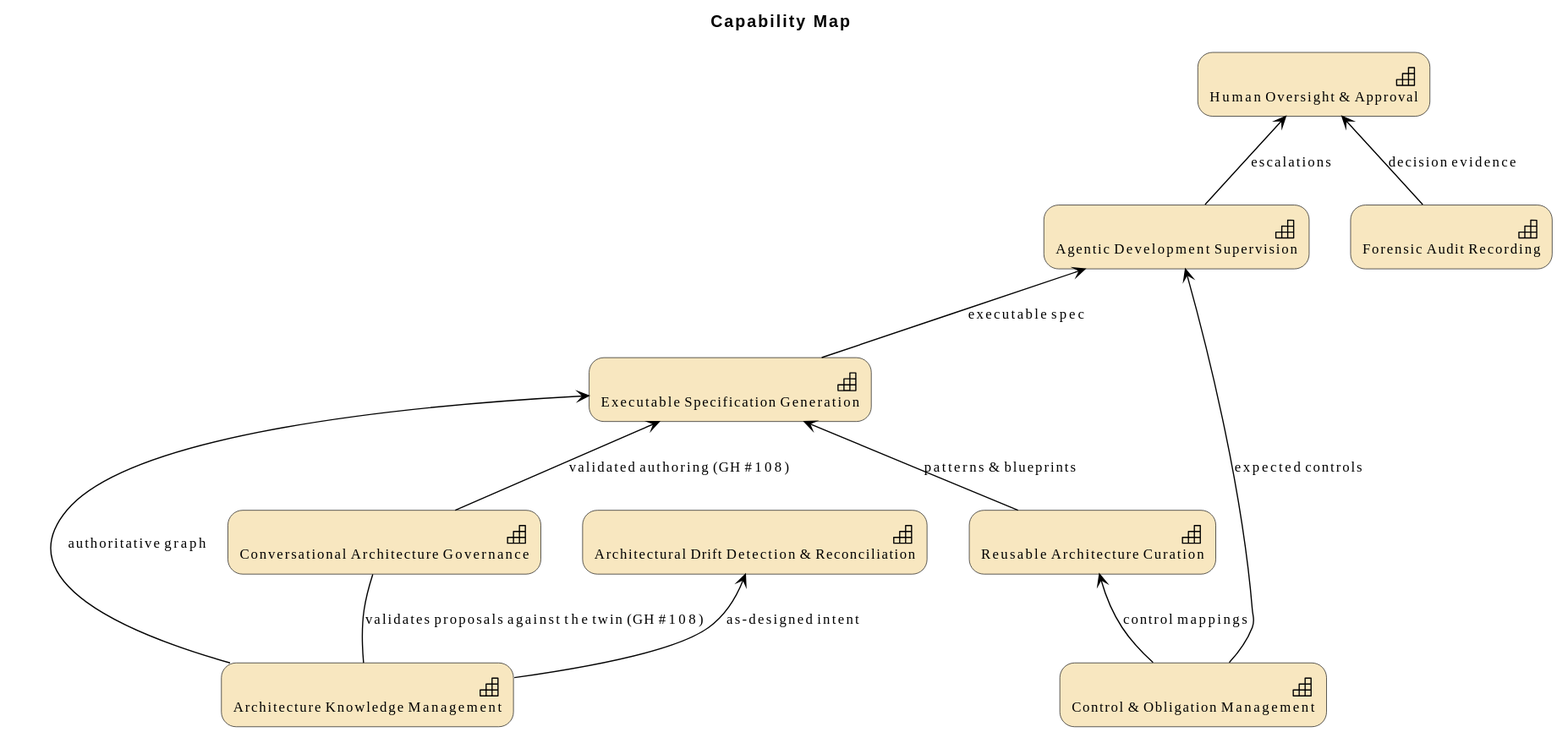
Before: architecture/model/diagrams/vision/5-capability-map.svg, a diagram exported from PlantUML (wolffy-au/frictionless-architect).
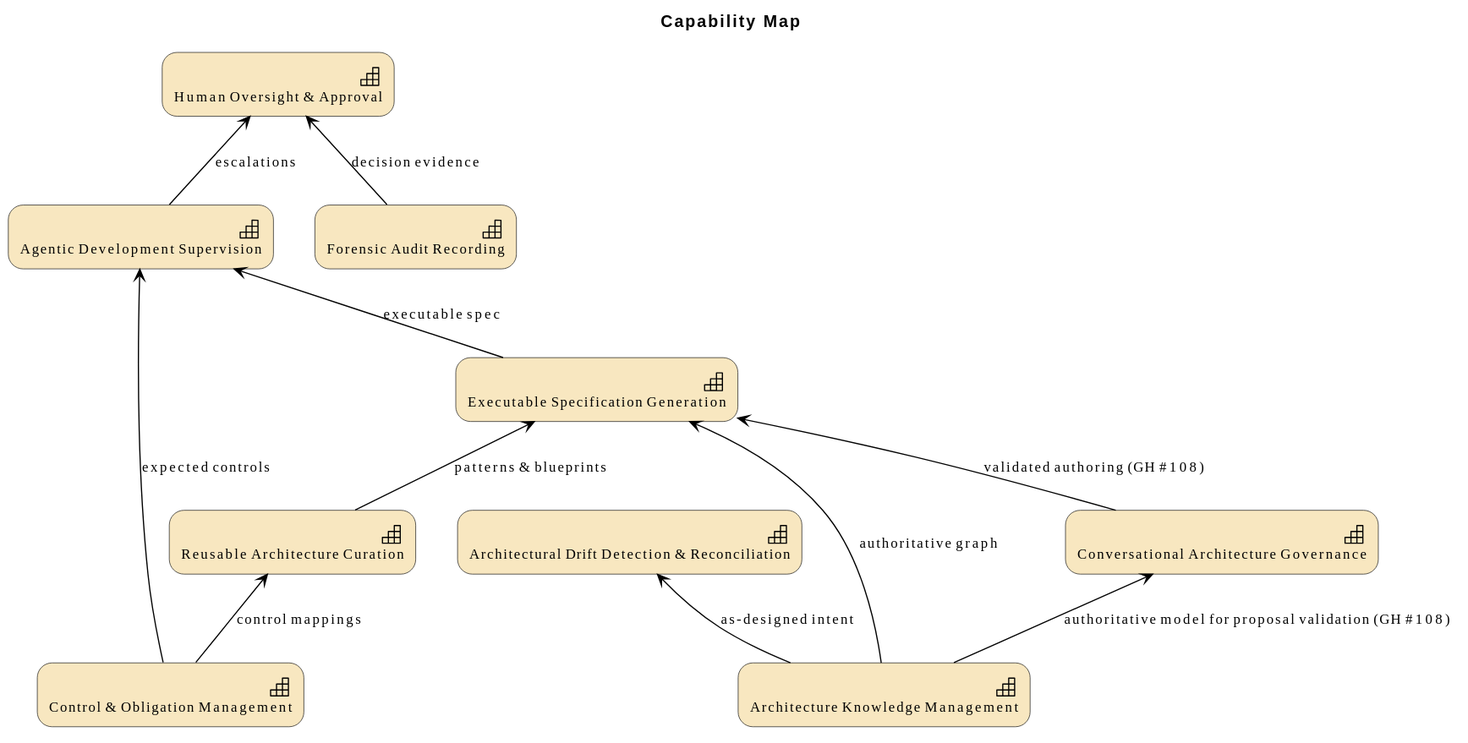
Above is the later version.

What changed in the source:
```diff
@@ -20,7 +20,7 @@
 Rel_Serving_Up(e_id72468b5b403450, e_id4a1c34ab69d151, "expected controls")
 Rel_Serving_Up(e_idafba1b4ab1e756, e_id4a1c34ab69d151, "executable spec")
 Rel_Serving_Up(e_id6c60f4feb89058, e_idafba1b4ab1e756, "validated authoring (GH #108)")
-Rel_Association(e_id6c60f4feb89058, e_id18ec07397a9d5f, "validates proposals against the twin (GH #108)")
+Rel_Serving_Up(e_id18ec07397a9d5f, e_id6c60f4feb89058, "authoritative model for proposal validation (GH #108)")
 Rel_Serving_Up(e_idc29413a2099958, e_id08f340a094e552, "decision evidence")
 Rel_Serving_Up(e_id4a1c34ab69d151, e_id08f340a094e552, "escalations")
 @enduml
```
